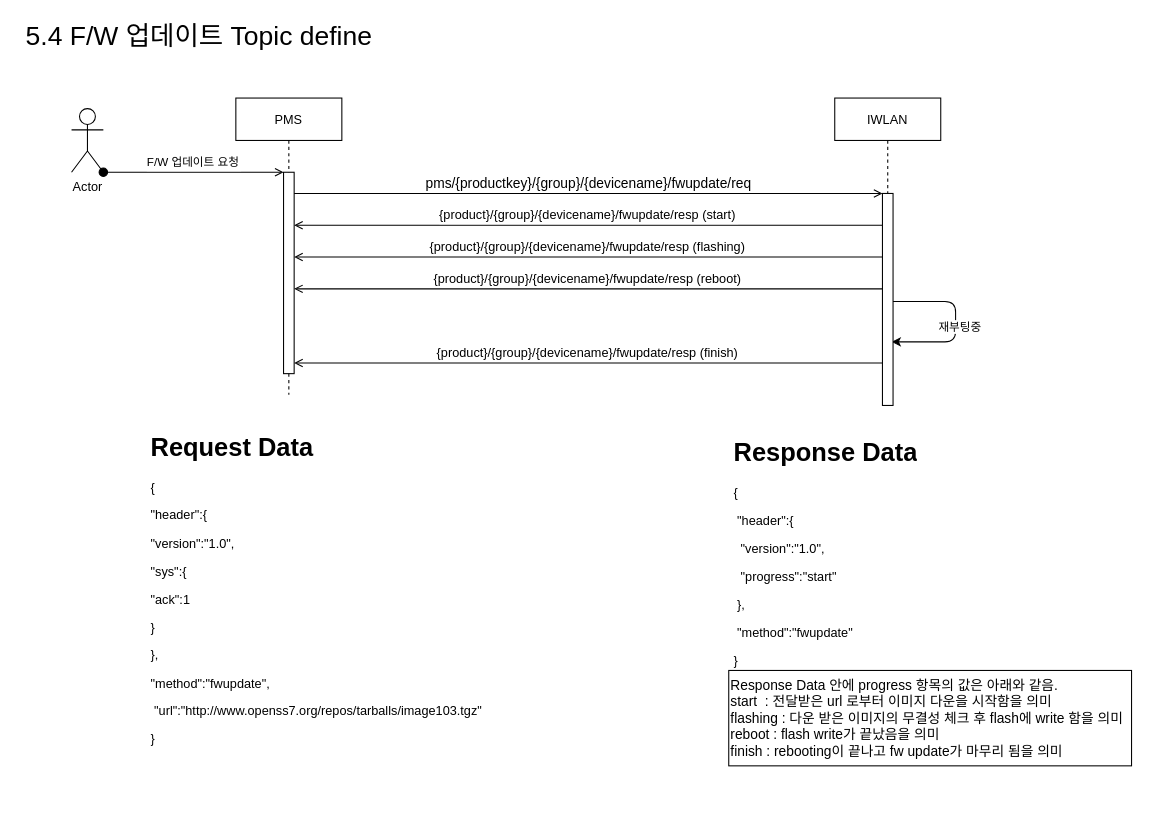
The draw.io diagram page "5.4 F/W 업데이트 Topic define" (2 of 2) of s-project-ota.drawio in carnavi-jskim/draw.io, before the edit. Source tidied: cells renumbered, new cells numbered last; positions are measured from the earlier drawing's top-left corner, leaving out a move shared by most shapes. Both pictures are drawn from the tidied source at 106%, with x=0, y=0 at pixel (18, 23).
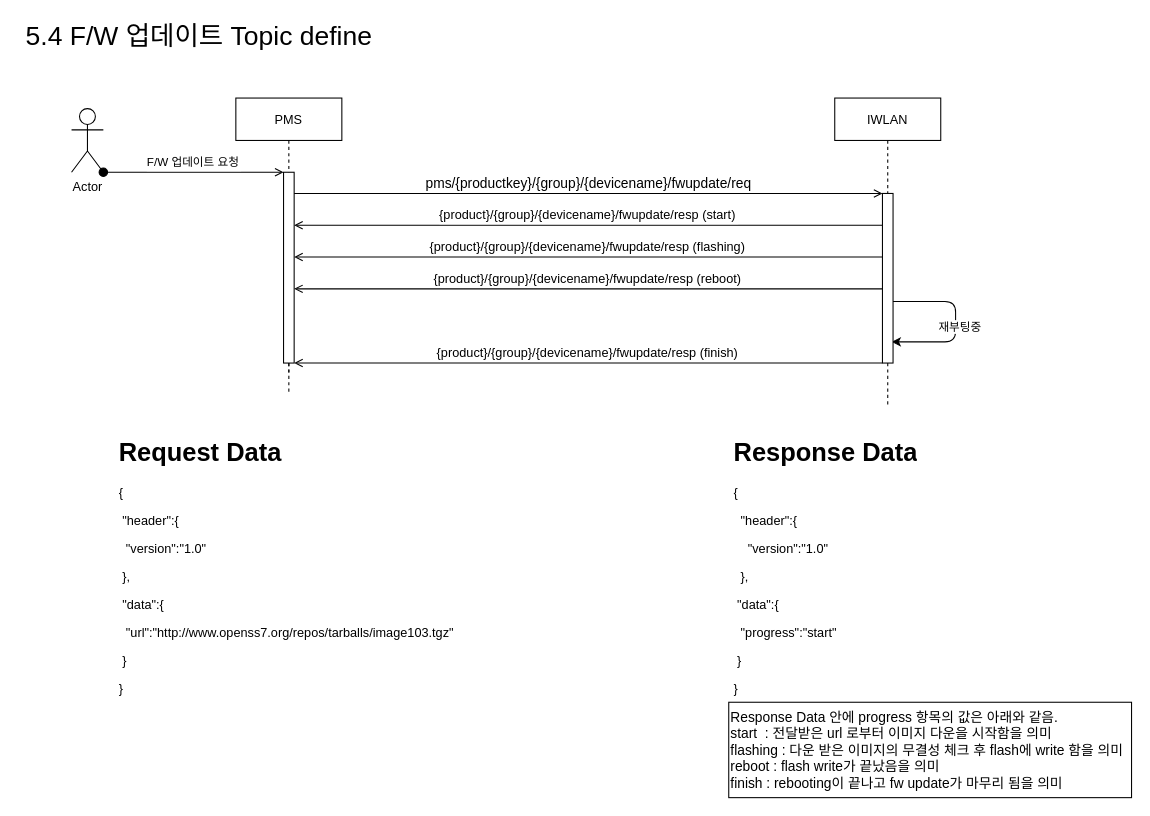
Above is the later version.

Unchanged cells that the change refers to:
```xml
<mxCell id="2" value="PMS" style="shape=umlLifeline;perimeter=lifelinePerimeter;rounded=0;shadow=0;strokeWidth=1;" parent="1" vertex="1">
  <mxGeometry x="205" y="70" width="100" height="260" as="geometry" />
</mxCell>
<mxCell id="9" value="IWLAN" style="shape=umlLifeline;perimeter=lifelinePerimeter;rounded=0;shadow=0;strokeWidth=1;" parent="1" vertex="1">
  <mxGeometry x="770" y="70" width="100" height="290" as="geometry" />
</mxCell>
```

What changed in the source:
```diff
@@
     <mxCell id="3" style="points=[];perimeter=orthogonalPerimeter;rounded=0;shadow=0;strokeWidth=1;" parent="2" vertex="1">
-      <mxGeometry x="45" y="70" width="10" height="190" as="geometry" />
+      <mxGeometry x="45" y="70" width="10" height="180" as="geometry" />
     </mxCell>
@@
     <mxCell id="12" style="points=[];perimeter=orthogonalPerimeter;rounded=0;shadow=0;strokeWidth=1;" parent="9" vertex="1">
-      <mxGeometry x="45" y="90" width="10" height="200" as="geometry" />
+      <mxGeometry x="45" y="90" width="10" height="160" as="geometry" />
     </mxCell>
-    <mxCell id="13" value="&lt;h1&gt;Request Data&lt;/h1&gt;&lt;p&gt;{&lt;/p&gt;&lt;p&gt;&lt;span&gt; &lt;/span&gt;&quot;header&quot;:{&lt;br&gt;&lt;/p&gt;&lt;p&gt;&lt;span&gt; &lt;/span&gt;&lt;span&gt; &lt;/span&gt;&quot;version&quot;:&quot;1.0&quot;,&lt;br&gt;&lt;/p&gt;&lt;p&gt;&lt;span&gt; &lt;/span&gt;&lt;span&gt; &lt;/span&gt;&quot;sys&quot;:{&lt;br&gt;&lt;/p&gt;&lt;p&gt;&lt;span&gt; &lt;/span&gt;&lt;span&gt; &lt;/span&gt;&lt;span&gt; &lt;/span&gt;&quot;ack&quot;:1&lt;br&gt;&lt;/p&gt;&lt;p&gt;&lt;span&gt; &lt;/span&gt;&lt;span&gt; &lt;/span&gt;}&lt;br&gt;&lt;/p&gt;&lt;p&gt;&lt;span&gt; &lt;/span&gt;},&lt;br&gt;&lt;/p&gt;&lt;p&gt;&lt;span&gt; &lt;/span&gt;&quot;method&quot;:&quot;fwupdate&quot;,&lt;br&gt;&lt;/p&gt;&lt;p&gt;&amp;nbsp;&quot;url&quot;:&quot;http://www.openss7.org/repos/tarballs/image103.tgz&lt;span&gt;&quot;&lt;/span&gt;&lt;/p&gt;&lt;p&gt;}&lt;/p&gt;" style="text;html=1;strokeColor=none;fillColor=none;spacing=5;spacingTop=-20;whiteSpace=wrap;overflow=hidden;rounded=0;fontSize=12;" parent="1" vertex="1">
-      <mxGeometry x="120" y="380" width="330" height="305" as="geometry" />
+    <mxCell id="13" value="&lt;h1&gt;Request Data&lt;/h1&gt;&lt;p&gt;{&lt;/p&gt;&lt;p&gt;&lt;span&gt; &lt;/span&gt;&lt;span&gt; &lt;/span&gt;&lt;span style=&quot;white-space: pre&quot;&gt; &lt;/span&gt;&quot;header&quot;:{&lt;br&gt;&lt;/p&gt;&lt;p&gt;&lt;span&gt; &lt;/span&gt;&lt;span&gt; &lt;/span&gt;&lt;span&gt; &lt;/span&gt;&lt;span&gt; &lt;/span&gt;&lt;span style=&quot;white-space: pre&quot;&gt; &lt;/span&gt;&lt;span style=&quot;white-space: pre&quot;&gt; &lt;/span&gt;&quot;version&quot;:&quot;1.0&quot;&lt;/p&gt;&lt;p&gt;&lt;span&gt; &lt;/span&gt;&lt;span&gt; &lt;/span&gt;&lt;span style=&quot;white-space: pre&quot;&gt; &lt;/span&gt;},&lt;br&gt;&lt;/p&gt;&lt;p&gt;&lt;span&gt; &lt;/span&gt;&lt;span style=&quot;white-space: pre&quot;&gt; &lt;/span&gt;&quot;data&quot;:{&lt;/p&gt;&lt;p&gt;&lt;span&gt; &lt;/span&gt;&lt;span&gt; &lt;/span&gt;&lt;span style=&quot;white-space: pre&quot;&gt; &lt;/span&gt;&lt;span style=&quot;white-space: pre&quot;&gt; &lt;/span&gt;&quot;url&quot;:&quot;http://www.openss7.org/repos/tarballs/image103.tgz&quot;&lt;br&gt;&lt;/p&gt;&lt;p&gt;&lt;span&gt; &lt;/span&gt;&lt;span style=&quot;white-space: pre&quot;&gt; &lt;/span&gt;}&lt;/p&gt;&lt;p&gt;}&lt;/p&gt;" style="text;html=1;strokeColor=none;fillColor=none;spacing=5;spacingTop=-20;whiteSpace=wrap;overflow=hidden;rounded=0;fontSize=12;" parent="1" vertex="1">
+      <mxGeometry x="90" y="385" width="430" height="295" as="geometry" />
     </mxCell>
-    <mxCell id="14" value="&lt;h1&gt;Response Data&lt;/h1&gt;&lt;p&gt;{&lt;/p&gt;&lt;p&gt;&lt;span style=&quot;white-space: pre&quot;&gt; &lt;/span&gt;&quot;header&quot;:{&lt;br&gt;&lt;/p&gt;&lt;p&gt;&lt;span style=&quot;white-space: pre&quot;&gt; &lt;/span&gt;&lt;span style=&quot;white-space: pre&quot;&gt; &lt;/span&gt;&quot;version&quot;:&quot;1.0&quot;,&lt;/p&gt;&lt;p&gt;&amp;nbsp; &quot;progress&quot;:&quot;start&quot;&lt;/p&gt;&lt;p&gt;&lt;span style=&quot;white-space: pre&quot;&gt; &lt;/span&gt;},&lt;br&gt;&lt;/p&gt;&lt;p&gt;&lt;span style=&quot;white-space: pre&quot;&gt; &lt;/span&gt;&quot;method&quot;:&quot;fwupdate&quot;&lt;br&gt;&lt;/p&gt;&lt;p&gt;}&lt;/p&gt;" style="text;html=1;strokeColor=none;fillColor=none;spacing=5;spacingTop=-20;whiteSpace=wrap;overflow=hidden;rounded=0;fontSize=12;" parent="1" vertex="1">
-      <mxGeometry x="670" y="385" width="190" height="235" as="geometry" />
+    <mxCell id="14" value="&lt;h1&gt;Response Data&lt;/h1&gt;&lt;p&gt;{&lt;/p&gt;&lt;p&gt;&lt;span style=&quot;white-space: pre&quot;&gt; &lt;span style=&quot;white-space: pre&quot;&gt; &lt;/span&gt;&lt;/span&gt;&quot;header&quot;:{&lt;br&gt;&lt;/p&gt;&lt;p&gt;&lt;span style=&quot;white-space: pre&quot;&gt; &lt;/span&gt;&lt;span style=&quot;white-space: pre&quot;&gt; &lt;span style=&quot;white-space: pre&quot;&gt; &lt;/span&gt;&lt;span style=&quot;white-space: pre&quot;&gt; &lt;/span&gt;&lt;/span&gt;&quot;version&quot;:&quot;1.0&quot;&lt;/p&gt;&lt;p&gt;&lt;span style=&quot;white-space: pre&quot;&gt; &lt;span style=&quot;white-space: pre&quot;&gt; &lt;/span&gt;&lt;/span&gt;},&lt;br&gt;&lt;/p&gt;&lt;p&gt;&lt;span style=&quot;white-space: pre&quot;&gt; &lt;/span&gt;&quot;data&quot;:{&lt;/p&gt;&lt;p&gt;&lt;span style=&quot;white-space: pre&quot;&gt; &lt;/span&gt;&lt;span style=&quot;white-space: pre&quot;&gt; &lt;/span&gt;&quot;progress&quot;:&quot;start&quot;&lt;br&gt;&lt;/p&gt;&lt;p&gt;&lt;span style=&quot;white-space: pre&quot;&gt; &lt;/span&gt;}&lt;/p&gt;&lt;p&gt;}&lt;/p&gt;" style="text;html=1;strokeColor=none;fillColor=none;spacing=5;spacingTop=-20;whiteSpace=wrap;overflow=hidden;rounded=0;fontSize=12;" parent="1" vertex="1">
+      <mxGeometry x="670" y="385" width="230" height="255" as="geometry" />
     </mxCell>
@@
     <mxCell id="16" value="&lt;font style=&quot;font-size: 13px&quot;&gt;Response Data 안에 progress 항목의 값은 아래와 같음.&lt;br&gt;&lt;div&gt;&lt;span&gt;start&lt;span style=&quot;white-space: pre&quot;&gt; &lt;/span&gt;&lt;span style=&quot;white-space: pre&quot;&gt; &lt;/span&gt;: 전달받은 url 로부터 이미지 다운을 시작함을 의미&lt;/span&gt;&lt;/div&gt;&lt;div&gt;&lt;span&gt;flashing&lt;span style=&quot;white-space: pre&quot;&gt; &lt;/span&gt;: 다운 받은 이미지의 무결성 체크 후 flash에 write 함을 의미&lt;/span&gt;&lt;/div&gt;&lt;div&gt;&lt;span&gt;reboot&lt;span style=&quot;white-space: pre&quot;&gt; &lt;/span&gt;: flash write가 끝났음을 의미&lt;/span&gt;&lt;/div&gt;&lt;div&gt;finish&lt;span style=&quot;white-space: pre&quot;&gt; &lt;/span&gt;: rebooting이 끝나고 fw update가 마무리 됨을 의미&lt;/div&gt;&lt;/font&gt;" style="rounded=0;whiteSpace=wrap;html=1;align=left;" parent="1" vertex="1">
-      <mxGeometry x="670" y="610" width="380" height="90" as="geometry" />
+      <mxGeometry x="670" y="640" width="380" height="90" as="geometry" />
     </mxCell>
```
